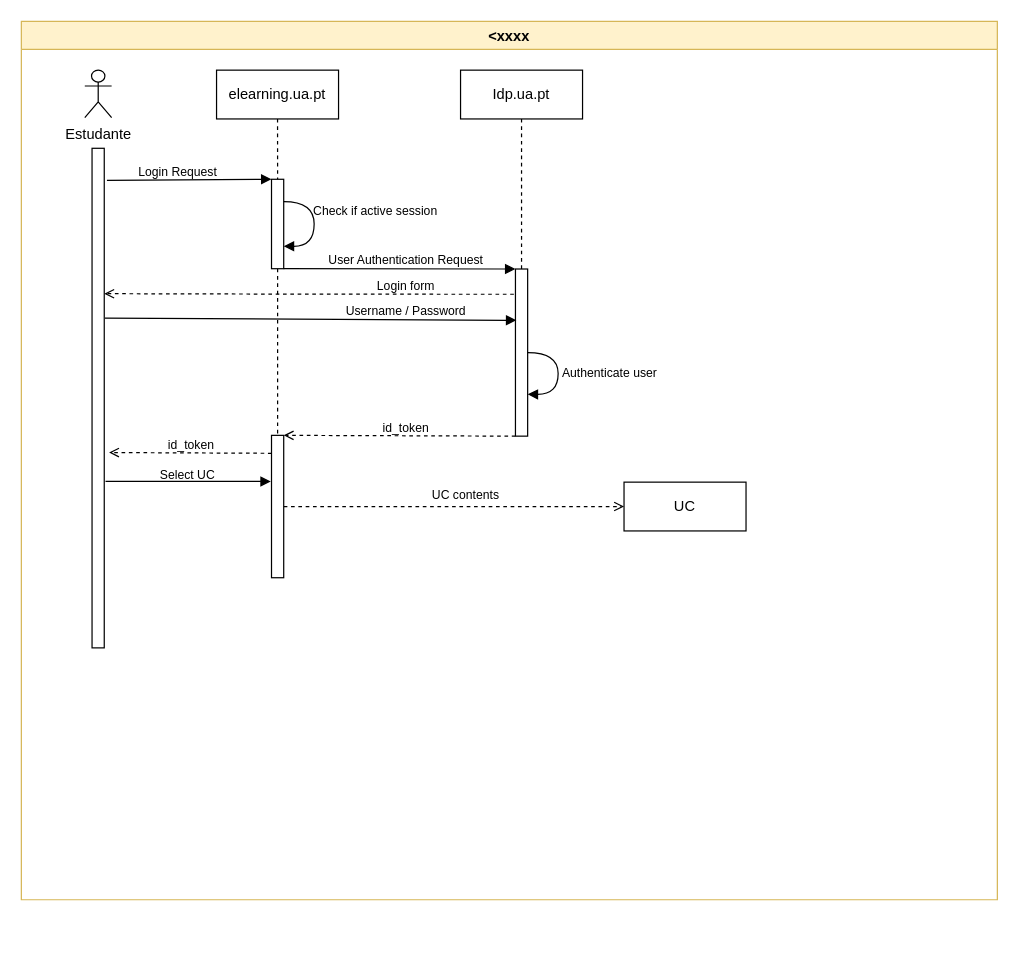
Earlier version of the draw.io diagram page "4.2" (1 of 2) of P/P04/P4.drawio (DavidAraujo98/AS). Source tidied: cells renumbered, new cells numbered last; positions are measured from the earlier drawing's top-left corner, leaving out a move shared by most shapes. Both pictures are drawn from the tidied source at 122%, with x=0, y=0 at pixel (-152, 21).
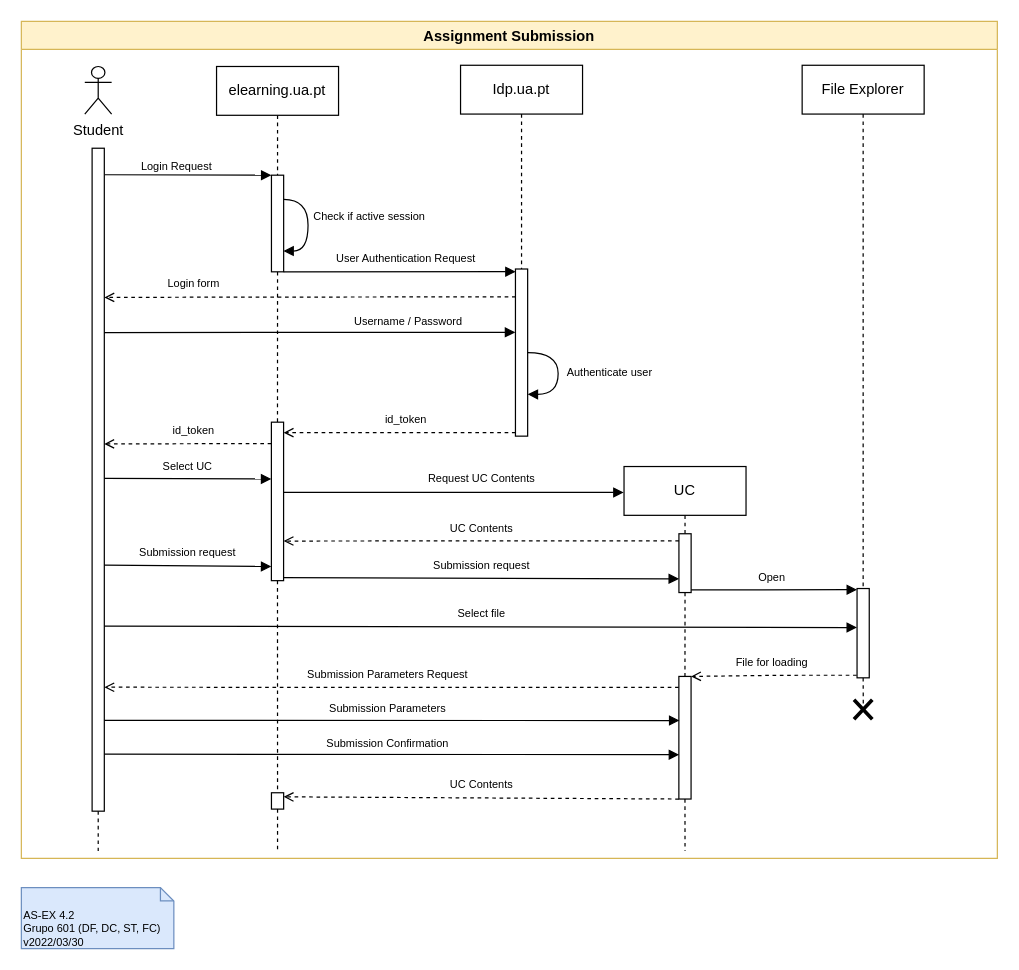
The same page after the edit.

The change refers to these unchanged cells:
```xml
<mxCell id="15" style="rounded=0;whiteSpace=wrap;html=1;rotation=90;" parent="2" vertex="1">
  <mxGeometry x="341.5" y="266.5" width="137" height="10" as="geometry" />
</mxCell>
```

The edit, as a diff of the source:
```diff
@@
-    <mxCell id="2" value="&lt;xxxx" style="swimlane;swimlaneLine=1;fillColor=#fff2cc;strokeColor=#d6b656;" parent="1" vertex="1">
-      <mxGeometry x="142" width="800" height="720" as="geometry" />
+    <mxCell id="2" value="Assignment Submission" style="swimlane;swimlaneLine=1;fillColor=#fff2cc;strokeColor=#d6b656;" parent="1" vertex="1">
+      <mxGeometry x="142" width="800" height="686" as="geometry" />
     </mxCell>
+    <mxCell id="34" style="edgeStyle=orthogonalEdgeStyle;rounded=0;jettySize=auto;html=1;exitX=1;exitY=0.5;exitDx=0;exitDy=0;entryX=0;entryY=0.5;entryDx=0;entryDy=0;dashed=1;fontSize=9;endArrow=none;endFill=0;" parent="2" edge="1" source="37" target="52">
+      <mxGeometry relative="1" as="geometry" />
+    </mxCell>
-    <mxCell id="3" style="edgeStyle=none;rounded=0;jettySize=auto;html=1;entryX=0;entryY=1;entryDx=0;entryDy=0;endArrow=block;endFill=1;exitX=0.064;exitY=-0.22;exitDx=0;exitDy=0;exitPerimeter=0;" parent="2" edge="1" source="18" target="12">
+    <mxCell id="3" style="edgeStyle=none;rounded=0;jettySize=auto;html=1;endArrow=block;endFill=1;exitX=0.04;exitY=-0.026;exitDx=0;exitDy=0;exitPerimeter=0;entryX=0;entryY=1;entryDx=0;entryDy=0;" parent="2" edge="1" source="18" target="12">
       <mxGeometry relative="1" as="geometry" />
     </mxCell>
-    <mxCell id="4" value="Login Request" style="edgeLabel;html=1;align=center;verticalAlign=middle;fontSize=10;labelBackgroundColor=none;" parent="3" vertex="1">
+    <mxCell id="4" value="Login Request" style="edgeLabel;html=1;align=center;verticalAlign=middle;fontSize=9;labelBackgroundColor=none;" parent="3" vertex="1">
       <mxGeometry x="-0.2" y="-1" relative="1" as="geometry">
         <mxPoint x="3" y="-8" as="offset" />
       </mxGeometry>
     </mxCell>
-    <mxCell id="5" value="Estudante" style="shape=umlActor;verticalLabelPosition=bottom;verticalAlign=top;html=1;" parent="2" vertex="1">
-      <mxGeometry x="52" y="40" width="22" height="39" as="geometry" />
+    <mxCell id="5" value="Student" style="shape=umlActor;verticalLabelPosition=bottom;verticalAlign=top;html=1;" parent="2" vertex="1">
+      <mxGeometry x="52" y="37" width="22" height="39" as="geometry" />
     </mxCell>
@@
     <mxCell id="7" value="elearning.ua.pt" style="rounded=0;whiteSpace=wrap;html=1;" parent="2" vertex="1">
-      <mxGeometry x="160" y="40" width="100" height="40" as="geometry" />
+      <mxGeometry x="160" y="37" width="100" height="40" as="geometry" />
     </mxCell>
@@
     <mxCell id="9" value="Idp.ua.pt" style="rounded=0;whiteSpace=wrap;html=1;" parent="2" vertex="1">
-      <mxGeometry x="360" y="40" width="100" height="40" as="geometry" />
+      <mxGeometry x="360" y="36" width="100" height="40" as="geometry" />
     </mxCell>
-    <mxCell id="10" style="edgeStyle=none;rounded=0;jettySize=auto;html=1;exitX=1;exitY=0;exitDx=0;exitDy=0;entryX=0;entryY=1;entryDx=0;entryDy=0;endArrow=block;endFill=1;" parent="2" edge="1" source="12" target="15">
+    <mxCell id="10" style="edgeStyle=none;rounded=0;jettySize=auto;html=1;endArrow=block;endFill=1;exitX=1;exitY=0;exitDx=0;exitDy=0;entryX=0.016;entryY=0.981;entryDx=0;entryDy=0;entryPerimeter=0;" parent="2" edge="1" source="12" target="15">
       <mxGeometry relative="1" as="geometry" />
     </mxCell>
@@
     <mxCell id="12" style="rounded=0;whiteSpace=wrap;html=1;rotation=90;" parent="2" vertex="1">
-      <mxGeometry x="173.4" y="161.1" width="73.3" height="10" as="geometry" />
+      <mxGeometry x="170.4" y="160.7" width="79.2" height="10" as="geometry" />
     </mxCell>
-    <mxCell id="13" style="edgeStyle=orthogonalEdgeStyle;curved=1;rounded=0;jettySize=auto;html=1;fontSize=10;endArrow=open;endFill=0;dashed=1;entryX=0.291;entryY=0;entryDx=0;entryDy=0;entryPerimeter=0;exitX=0.151;exitY=1.131;exitDx=0;exitDy=0;exitPerimeter=0;" parent="2" edge="1" source="15" target="18">
+    <mxCell id="13" style="edgeStyle=orthogonalEdgeStyle;curved=1;rounded=0;jettySize=auto;html=1;fontSize=10;endArrow=open;endFill=0;dashed=1;exitX=0.167;exitY=0.981;exitDx=0;exitDy=0;exitPerimeter=0;entryX=0.225;entryY=-0.005;entryDx=0;entryDy=0;entryPerimeter=0;" parent="2" edge="1" source="15" target="18">
       <mxGeometry relative="1" as="geometry" />
     </mxCell>
-    <mxCell id="14" style="rounded=0;jettySize=auto;html=1;exitX=1;exitY=1;exitDx=0;exitDy=0;entryX=0;entryY=0;entryDx=0;entryDy=0;fontSize=10;endArrow=open;endFill=0;dashed=1;" parent="2" edge="1" source="15" target="28">
+    <mxCell id="14" style="rounded=0;jettySize=auto;html=1;fontSize=10;endArrow=open;endFill=0;dashed=1;exitX=0.979;exitY=0.988;exitDx=0;exitDy=0;exitPerimeter=0;entryX=0.066;entryY=-0.003;entryDx=0;entryDy=0;entryPerimeter=0;" parent="2" edge="1" source="15" target="28">
       <mxGeometry relative="1" as="geometry" />
     </mxCell>
@@
-    <mxCell id="16" value="&lt;font style=&quot;font-size: 10px&quot;&gt;Check if active session&lt;/font&gt;" style="text;html=1;align=center;verticalAlign=middle;strokeColor=none;fillColor=none;fontSize=10;" parent="2" vertex="1">
-      <mxGeometry x="230" y="145" width="120" height="20" as="geometry" />
+    <mxCell id="16" value="&lt;font style=&quot;font-size: 9px;&quot;&gt;Check if active session&lt;/font&gt;" style="text;html=1;align=center;verticalAlign=middle;strokeColor=none;fillColor=none;fontSize=9;" parent="2" vertex="1">
+      <mxGeometry x="230" y="149.5" width="110" height="20" as="geometry" />
     </mxCell>
-    <mxCell id="17" value="User Authentication Request" style="text;html=1;align=center;verticalAlign=middle;strokeColor=none;fillColor=none;fontSize=10;" parent="2" vertex="1">
-      <mxGeometry x="245" y="185" width="140" height="20" as="geometry" />
+    <mxCell id="17" value="User Authentication Request" style="text;html=1;align=center;verticalAlign=middle;strokeColor=none;fillColor=none;fontSize=9;" parent="2" vertex="1">
+      <mxGeometry x="250" y="185" width="130" height="20" as="geometry" />
     </mxCell>
     <mxCell id="18" style="rounded=0;whiteSpace=wrap;html=1;rotation=90;" parent="2" vertex="1">
-      <mxGeometry x="-141.8" y="303.8" width="409.5" height="10" as="geometry" />
+      <mxGeometry x="-208.7" y="370.7" width="543.4" height="10" as="geometry" />
     </mxCell>
-    <mxCell id="19" style="edgeStyle=orthogonalEdgeStyle;curved=1;rounded=0;orthogonalLoop=1;jettySize=auto;html=1;exitX=0.25;exitY=0;exitDx=0;exitDy=0;entryX=0.75;entryY=0;entryDx=0;entryDy=0;fontSize=10;endArrow=block;endFill=1;" parent="2" edge="1" source="12" target="12">
-      <mxGeometry relative="1" as="geometry">
-        <Array as="points">
-          <mxPoint x="240" y="147" />
-          <mxPoint x="240" y="184" />
-        </Array>
-      </mxGeometry>
-    </mxCell>
-    <mxCell id="20" value="Login form" style="text;html=1;align=center;verticalAlign=middle;strokeColor=none;fillColor=none;fontSize=10;" parent="2" vertex="1">
-      <mxGeometry x="286.5" y="209" width="57" height="16" as="geometry" />
+    <mxCell id="20" value="Login form" style="text;html=1;align=center;verticalAlign=middle;strokeColor=none;fillColor=none;fontSize=9;" parent="2" vertex="1">
+      <mxGeometry x="111" y="205" width="60" height="20" as="geometry" />
     </mxCell>
-    <mxCell id="21" style="endArrow=block;html=1;rounded=0;fontSize=10;curved=1;entryX=0.307;entryY=0.924;entryDx=0;entryDy=0;exitX=0.34;exitY=-0.06;exitDx=0;exitDy=0;exitPerimeter=0;endFill=1;entryPerimeter=0;" parent="2" edge="1" source="18" target="15">
+    <mxCell id="21" style="endArrow=block;html=1;rounded=0;fontSize=10;curved=1;endFill=1;exitX=0.278;exitY=0.002;exitDx=0;exitDy=0;exitPerimeter=0;entryX=0.379;entryY=1.016;entryDx=0;entryDy=0;entryPerimeter=0;" parent="2" edge="1" source="18" target="15">
       <mxGeometry relative="1" as="geometry" />
     </mxCell>
-    <mxCell id="22" value="Username / Password" style="text;html=1;align=center;verticalAlign=middle;strokeColor=none;fillColor=none;fontSize=10;" parent="2" vertex="1">
-      <mxGeometry x="261" y="229" width="108" height="16" as="geometry" />
+    <mxCell id="22" value="Username / Password" style="text;html=1;align=center;verticalAlign=middle;strokeColor=none;fillColor=none;fontSize=9;" parent="2" vertex="1">
+      <mxGeometry x="266.5" y="236" width="100" height="20" as="geometry" />
     </mxCell>
@@
-    <mxCell id="24" value="Authenticate user" style="text;html=1;align=center;verticalAlign=middle;strokeColor=none;fillColor=none;fontSize=10;" parent="2" vertex="1">
-      <mxGeometry x="438" y="280" width="88" height="16" as="geometry" />
+    <mxCell id="24" value="Authenticate user" style="text;html=1;align=center;verticalAlign=middle;strokeColor=none;fillColor=none;fontSize=9;" parent="2" vertex="1">
+      <mxGeometry x="437" y="278" width="90" height="20" as="geometry" />
     </mxCell>
-    <mxCell id="25" value="id_token" style="text;html=1;align=center;verticalAlign=middle;strokeColor=none;fillColor=none;fontSize=10;" parent="2" vertex="1">
-      <mxGeometry x="291" y="325" width="48" height="16" as="geometry" />
+    <mxCell id="25" value="id_token" style="text;html=1;align=center;verticalAlign=middle;strokeColor=none;fillColor=none;fontSize=9;" parent="2" vertex="1">
+      <mxGeometry x="290" y="317" width="50" height="20" as="geometry" />
     </mxCell>
-    <mxCell id="26" style="edgeStyle=none;rounded=0;jettySize=auto;html=1;dashed=1;fontSize=10;endArrow=open;endFill=0;entryX=0.609;entryY=-0.397;entryDx=0;entryDy=0;entryPerimeter=0;exitX=0.126;exitY=0.993;exitDx=0;exitDy=0;exitPerimeter=0;" parent="2" edge="1" source="28" target="18">
+    <mxCell id="26" style="edgeStyle=none;rounded=0;jettySize=auto;html=1;dashed=1;fontSize=10;endArrow=open;endFill=0;exitX=0.135;exitY=1.005;exitDx=0;exitDy=0;exitPerimeter=0;entryX=0.446;entryY=0.004;entryDx=0;entryDy=0;entryPerimeter=0;" parent="2" edge="1" source="28" target="18">
       <mxGeometry relative="1" as="geometry" />
     </mxCell>
-    <mxCell id="27" style="edgeStyle=none;rounded=0;jettySize=auto;html=1;exitX=0.5;exitY=0;exitDx=0;exitDy=0;entryX=0;entryY=0.5;entryDx=0;entryDy=0;dashed=1;fontSize=10;endArrow=open;endFill=0;" parent="2" edge="1" source="28" target="30">
+    <mxCell id="27" style="edgeStyle=none;rounded=0;jettySize=auto;html=1;fontSize=10;endArrow=block;endFill=1;exitX=0.443;exitY=-0.002;exitDx=0;exitDy=0;exitPerimeter=0;entryX=-0.003;entryY=0.53;entryDx=0;entryDy=0;entryPerimeter=0;" parent="2" edge="1" source="28" target="30">
       <mxGeometry relative="1" as="geometry" />
     </mxCell>
+    <mxCell id="35" style="rounded=0;jettySize=auto;html=1;exitX=1;exitY=0.5;exitDx=0;exitDy=0;entryX=0;entryY=0.5;entryDx=0;entryDy=0;fontSize=9;endArrow=none;endFill=0;dashed=1;" parent="2" edge="1" source="28" target="64">
+      <mxGeometry relative="1" as="geometry" />
+    </mxCell>
     <mxCell id="28" style="rounded=0;whiteSpace=wrap;html=1;rotation=90;" parent="2" vertex="1">
-      <mxGeometry x="151.7" y="392.7" width="116.7" height="10" as="geometry" />
+      <mxGeometry x="145" y="388.5" width="129.9" height="10" as="geometry" />
     </mxCell>
-    <mxCell id="29" value="id_token" style="text;html=1;align=center;verticalAlign=middle;strokeColor=none;fillColor=none;fontSize=10;" parent="2" vertex="1">
-      <mxGeometry x="115" y="339" width="48" height="16" as="geometry" />
+    <mxCell id="29" value="id_token" style="text;html=1;align=center;verticalAlign=middle;strokeColor=none;fillColor=none;fontSize=9;" parent="2" vertex="1">
+      <mxGeometry x="116" y="326" width="50" height="20" as="geometry" />
     </mxCell>
+    <mxCell id="36" style="edgeStyle=orthogonalEdgeStyle;rounded=0;jettySize=auto;html=1;exitX=0.5;exitY=1;exitDx=0;exitDy=0;entryX=0;entryY=0.5;entryDx=0;entryDy=0;endArrow=none;endFill=0;dashed=1;" parent="2" edge="1" source="30" target="37">
+      <mxGeometry relative="1" as="geometry" />
+    </mxCell>
     <mxCell id="30" value="UC" style="rounded=0;whiteSpace=wrap;html=1;" parent="2" vertex="1">
-      <mxGeometry x="494" y="377.7" width="100" height="40" as="geometry" />
+      <mxGeometry x="494" y="364.9" width="100" height="40" as="geometry" />
     </mxCell>
-    <mxCell id="31" style="endArrow=block;html=1;rounded=0;fontSize=10;entryX=0.324;entryY=1.055;entryDx=0;entryDy=0;entryPerimeter=0;endFill=1;" parent="2" edge="1" target="28">
-      <mxGeometry relative="1" as="geometry">
-        <mxPoint x="69" y="377" as="sourcePoint" />
-      </mxGeometry>
+    <mxCell id="31" style="endArrow=block;html=1;rounded=0;fontSize=10;endFill=1;exitX=0.498;exitY=-0.002;exitDx=0;exitDy=0;exitPerimeter=0;entryX=0.358;entryY=1.005;entryDx=0;entryDy=0;entryPerimeter=0;" parent="2" edge="1" source="18" target="28">
+      <mxGeometry relative="1" as="geometry" />
     </mxCell>
-    <mxCell id="32" value="Select UC" style="text;html=1;align=center;verticalAlign=middle;strokeColor=none;fillColor=none;fontSize=10;" parent="2" vertex="1">
-      <mxGeometry x="108" y="364" width="55" height="16" as="geometry" />
+    <mxCell id="32" value="Select UC" style="text;html=1;align=center;verticalAlign=middle;strokeColor=none;fillColor=none;fontSize=9;" parent="2" vertex="1">
+      <mxGeometry x="106" y="354.9" width="60" height="20" as="geometry" />
     </mxCell>
-    <mxCell id="33" value="UC contents" style="text;html=1;align=center;verticalAlign=middle;strokeColor=none;fillColor=none;fontSize=10;" parent="2" vertex="1">
-      <mxGeometry x="331" y="380" width="65" height="16" as="geometry" />
+    <mxCell id="33" value="Request UC Contents" style="text;html=1;align=center;verticalAlign=middle;strokeColor=none;fillColor=none;fontSize=9;" parent="2" vertex="1">
+      <mxGeometry x="326.5" y="364.9" width="100" height="20" as="geometry" />
     </mxCell>
+    <mxCell id="37" style="rounded=0;whiteSpace=wrap;html=1;rotation=90;" parent="2" vertex="1">
+      <mxGeometry x="519.9" y="439.1" width="48.2" height="10" as="geometry" />
+    </mxCell>
+    <mxCell id="38" style="rounded=0;jettySize=auto;html=1;fontSize=10;endArrow=open;endFill=0;dashed=1;exitX=0.12;exitY=0.996;exitDx=0;exitDy=0;exitPerimeter=0;entryX=0.75;entryY=0;entryDx=0;entryDy=0;" parent="2" edge="1" source="37" target="28">
+      <mxGeometry relative="1" as="geometry" />
+    </mxCell>
+    <mxCell id="39" value="UC Contents" style="text;html=1;align=center;verticalAlign=middle;strokeColor=none;fillColor=none;fontSize=9;" parent="2" vertex="1">
+      <mxGeometry x="341.5" y="406" width="70" height="20" as="geometry" />
+    </mxCell>
+    <mxCell id="40" style="endArrow=block;html=1;rounded=0;fontSize=10;endFill=1;exitX=0.629;exitY=0.003;exitDx=0;exitDy=0;exitPerimeter=0;entryX=0.911;entryY=1.004;entryDx=0;entryDy=0;entryPerimeter=0;" parent="2" edge="1" source="18" target="28">
+      <mxGeometry relative="1" as="geometry" />
+    </mxCell>
+    <mxCell id="41" value="Submission request" style="text;html=1;align=center;verticalAlign=middle;strokeColor=none;fillColor=none;fontSize=9;" parent="2" vertex="1">
+      <mxGeometry x="91" y="426" width="90" height="20" as="geometry" />
+    </mxCell>
+    <mxCell id="42" style="endArrow=block;html=1;rounded=0;fontSize=10;endFill=1;exitX=0.981;exitY=0;exitDx=0;exitDy=0;exitPerimeter=0;entryX=0.767;entryY=0.996;entryDx=0;entryDy=0;entryPerimeter=0;" parent="2" edge="1" source="28" target="37">
+      <mxGeometry relative="1" as="geometry" />
+    </mxCell>
+    <mxCell id="43" value="Submission request" style="text;html=1;align=center;verticalAlign=middle;strokeColor=none;fillColor=none;fontSize=9;" parent="2" vertex="1">
+      <mxGeometry x="331.5" y="436" width="90" height="20" as="geometry" />
+    </mxCell>
+    <mxCell id="44" style="edgeStyle=orthogonalEdgeStyle;rounded=0;jettySize=auto;html=1;exitX=0.5;exitY=1;exitDx=0;exitDy=0;entryX=0;entryY=0.5;entryDx=0;entryDy=0;dashed=1;fontSize=9;endArrow=none;endFill=0;" parent="2" edge="1" source="45" target="47">
+      <mxGeometry relative="1" as="geometry" />
+    </mxCell>
+    <mxCell id="45" value="File Explorer" style="rounded=0;whiteSpace=wrap;html=1;" parent="2" vertex="1">
+      <mxGeometry x="640" y="36" width="100" height="40" as="geometry" />
+    </mxCell>
+    <mxCell id="46" style="edgeStyle=orthogonalEdgeStyle;rounded=0;jettySize=auto;html=1;exitX=1;exitY=0.5;exitDx=0;exitDy=0;entryX=0.509;entryY=0.491;entryDx=0;entryDy=0;entryPerimeter=0;dashed=1;fontSize=9;endArrow=none;endFill=0;" parent="2" edge="1" source="47" target="53">
+      <mxGeometry relative="1" as="geometry" />
+    </mxCell>
+    <mxCell id="47" style="rounded=0;whiteSpace=wrap;html=1;rotation=90;" parent="2" vertex="1">
+      <mxGeometry x="653.4" y="496.5" width="73.2" height="10" as="geometry" />
+    </mxCell>
+    <mxCell id="48" style="endArrow=block;html=1;rounded=0;fontSize=10;endFill=1;exitX=0.954;exitY=-0.003;exitDx=0;exitDy=0;exitPerimeter=0;entryX=0.013;entryY=1.001;entryDx=0;entryDy=0;entryPerimeter=0;" parent="2" edge="1" source="37" target="47">
+      <mxGeometry relative="1" as="geometry" />
+    </mxCell>
+    <mxCell id="49" value="Open" style="text;html=1;align=center;verticalAlign=middle;strokeColor=none;fillColor=none;fontSize=9;" parent="2" vertex="1">
+      <mxGeometry x="595" y="446" width="40" height="20" as="geometry" />
+    </mxCell>
+    <mxCell id="50" style="endArrow=block;html=1;rounded=0;fontSize=10;endFill=1;entryX=0.437;entryY=1.005;entryDx=0;entryDy=0;entryPerimeter=0;exitX=0.721;exitY=-0.001;exitDx=0;exitDy=0;exitPerimeter=0;" parent="2" edge="1" source="18" target="47">
+      <mxGeometry relative="1" as="geometry" />
+    </mxCell>
+    <mxCell id="51" value="Select file" style="text;html=1;align=center;verticalAlign=middle;strokeColor=none;fillColor=none;fontSize=9;" parent="2" vertex="1">
+      <mxGeometry x="351.5" y="476" width="50" height="20" as="geometry" />
+    </mxCell>
+    <mxCell id="52" style="rounded=0;whiteSpace=wrap;html=1;rotation=90;" parent="2" vertex="1">
+      <mxGeometry x="493.7" y="582.2" width="100.5" height="10" as="geometry" />
+    </mxCell>
+    <mxCell id="53" style="shape=umlDestroy;whiteSpace=wrap;html=1;strokeWidth=3;fontSize=9;" parent="2" vertex="1">
+      <mxGeometry x="682.5" y="556" width="15" height="16" as="geometry" />
+    </mxCell>
+    <mxCell id="54" style="rounded=0;jettySize=auto;html=1;fontSize=10;endArrow=open;endFill=0;dashed=1;exitX=0.971;exitY=1.028;exitDx=0;exitDy=0;exitPerimeter=0;entryX=0;entryY=0;entryDx=0;entryDy=0;" parent="2" edge="1" source="47" target="52">
+      <mxGeometry relative="1" as="geometry">
+        <Array as="points">
+          <mxPoint x="623" y="536" />
+        </Array>
+      </mxGeometry>
+    </mxCell>
+    <mxCell id="55" value="File for loading" style="text;html=1;align=center;verticalAlign=middle;strokeColor=none;fillColor=none;fontSize=9;" parent="2" vertex="1">
+      <mxGeometry x="580" y="516" width="70" height="20" as="geometry" />
+    </mxCell>
+    <mxCell id="19" style="edgeStyle=orthogonalEdgeStyle;rounded=0;orthogonalLoop=1;jettySize=auto;html=1;exitX=0.25;exitY=0;exitDx=0;exitDy=0;entryX=0.785;entryY=0.023;entryDx=0;entryDy=0;entryPerimeter=0;fontSize=9;endArrow=block;endFill=1;curved=1;" parent="2" edge="1" source="12" target="12">
+      <mxGeometry relative="1" as="geometry" />
+    </mxCell>
+    <mxCell id="56" style="rounded=0;jettySize=auto;html=1;fontSize=10;endArrow=open;endFill=0;dashed=1;exitX=0.089;exitY=1.012;exitDx=0;exitDy=0;exitPerimeter=0;entryX=0.813;entryY=-0.002;entryDx=0;entryDy=0;entryPerimeter=0;" parent="2" edge="1" source="52" target="18">
+      <mxGeometry relative="1" as="geometry">
+        <Array as="points">
+          <mxPoint x="471.5" y="546" />
+        </Array>
+      </mxGeometry>
+    </mxCell>
+    <mxCell id="57" value="Submission Parameters Request" style="text;html=1;align=center;verticalAlign=middle;strokeColor=none;fillColor=none;fontSize=9;" parent="2" vertex="1">
+      <mxGeometry x="225" y="526" width="150" height="20" as="geometry" />
+    </mxCell>
+    <mxCell id="58" style="endArrow=block;html=1;rounded=0;fontSize=10;endFill=1;exitX=0.863;exitY=0.002;exitDx=0;exitDy=0;exitPerimeter=0;entryX=0.36;entryY=0.954;entryDx=0;entryDy=0;entryPerimeter=0;" parent="2" edge="1" source="18" target="52">
+      <mxGeometry relative="1" as="geometry" />
+    </mxCell>
+    <mxCell id="59" value="Submission Parameters" style="text;html=1;align=center;verticalAlign=middle;strokeColor=none;fillColor=none;fontSize=9;" parent="2" vertex="1">
+      <mxGeometry x="245" y="554" width="110" height="20" as="geometry" />
+    </mxCell>
+    <mxCell id="60" style="endArrow=block;html=1;rounded=0;fontSize=10;endFill=1;entryX=0.638;entryY=0.977;entryDx=0;entryDy=0;entryPerimeter=0;exitX=0.914;exitY=0.001;exitDx=0;exitDy=0;exitPerimeter=0;" parent="2" edge="1" source="18" target="52">
+      <mxGeometry relative="1" as="geometry" />
+    </mxCell>
+    <mxCell id="61" value="Submission Confirmation" style="text;html=1;align=center;verticalAlign=middle;strokeColor=none;fillColor=none;fontSize=9;" parent="2" vertex="1">
+      <mxGeometry x="240" y="582" width="120" height="20" as="geometry" />
+    </mxCell>
+    <mxCell id="62" style="rounded=0;jettySize=auto;html=1;fontSize=10;endArrow=open;endFill=0;dashed=1;entryX=0.25;entryY=0;entryDx=0;entryDy=0;exitX=1;exitY=1;exitDx=0;exitDy=0;" parent="2" edge="1" source="52" target="64">
+      <mxGeometry relative="1" as="geometry" />
+    </mxCell>
+    <mxCell id="63" value="UC Contents" style="text;html=1;align=center;verticalAlign=middle;strokeColor=none;fillColor=none;fontSize=9;" parent="2" vertex="1">
+      <mxGeometry x="341.5" y="616" width="70" height="20" as="geometry" />
+    </mxCell>
+    <mxCell id="64" style="rounded=0;whiteSpace=wrap;html=1;rotation=90;" parent="2" vertex="1">
+      <mxGeometry x="203.3" y="634" width="13.4" height="10" as="geometry" />
+    </mxCell>
+    <mxCell id="65" style="edgeStyle=none;rounded=0;jettySize=auto;html=1;exitX=1;exitY=0.5;exitDx=0;exitDy=0;dashed=1;fontSize=9;endArrow=none;endFill=0;" parent="1" edge="1" source="52">
+      <mxGeometry relative="1" as="geometry">
+        <mxPoint x="686" y="680" as="targetPoint" />
+      </mxGeometry>
+    </mxCell>
+    <mxCell id="66" style="edgeStyle=none;rounded=0;jettySize=auto;html=1;exitX=1;exitY=0.5;exitDx=0;exitDy=0;dashed=1;fontSize=9;endArrow=none;endFill=0;" parent="1" edge="1" source="18">
+      <mxGeometry relative="1" as="geometry">
+        <mxPoint x="205" y="680" as="targetPoint" />
+      </mxGeometry>
+    </mxCell>
+    <mxCell id="67" style="edgeStyle=none;rounded=0;jettySize=auto;html=1;exitX=1;exitY=0.5;exitDx=0;exitDy=0;dashed=1;fontSize=9;endArrow=none;endFill=0;" parent="1" edge="1" source="64">
+      <mxGeometry relative="1" as="geometry">
+        <mxPoint x="352" y="680" as="targetPoint" />
+      </mxGeometry>
+    </mxCell>
+    <mxCell id="68" value="AS-EX 4.2&lt;br&gt;Grupo 601 (DF, DC, ST, FC)&lt;br&gt;v2022/03/30" style="shape=note2;boundedLbl=1;whiteSpace=wrap;html=1;size=11;verticalAlign=top;align=left;fontSize=9;fillColor=#dae8fc;strokeColor=#6c8ebf;" parent="1" vertex="1">
+      <mxGeometry x="142" y="710" width="125" height="50" as="geometry" />
+    </mxCell>
```
